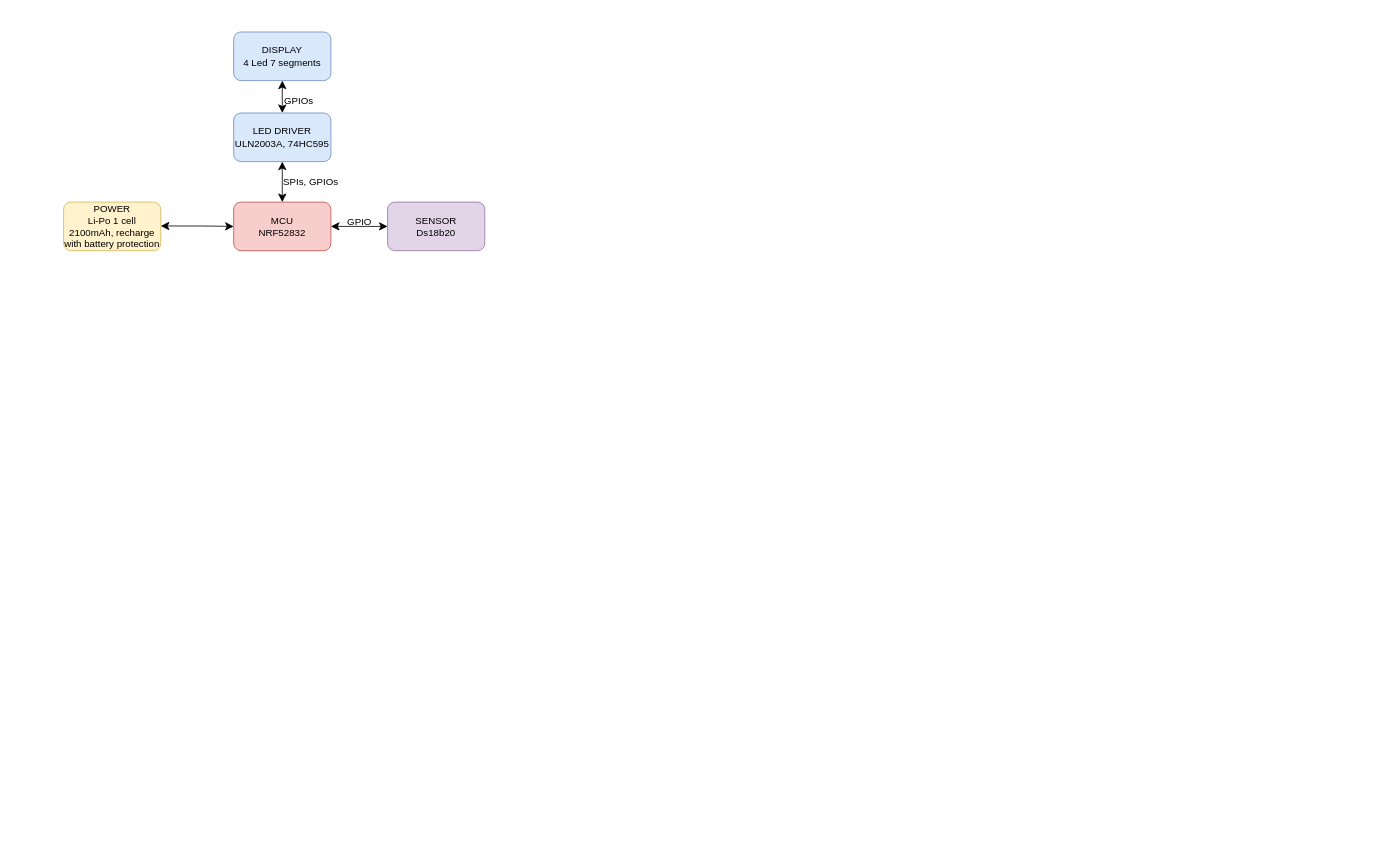
Earlier version of the draw.io diagram REFERENCE/WSN_Node.drawio (Kyuubi0323/Wireless_Sensor_Network_20231). Source tidied: cells renumbered, new cells numbered last; positions are measured from the earlier drawing's top-left corner, leaving out a move shared by most shapes. Both pictures are drawn from the tidied source at 81%, with x=0, y=0 at pixel (63, 32).
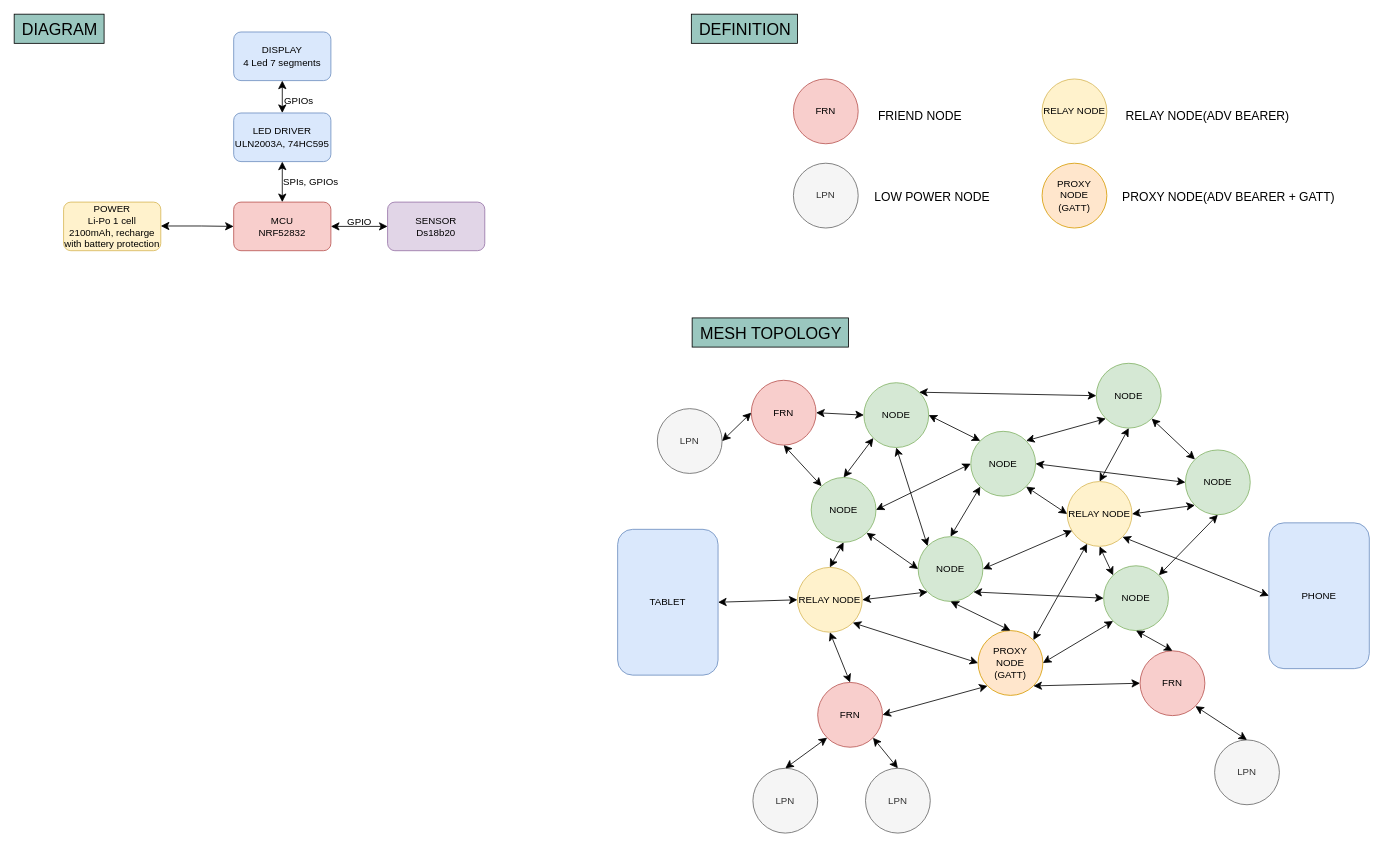
After the change.

Change to the diagram source:
```diff
@@
+    <mxCell id="14" value="NODE" style="ellipse;whiteSpace=wrap;html=1;fillColor=#d5e8d4;strokeColor=#82b366;" parent="1" vertex="1">
+      <mxGeometry x="988" y="433" width="80" height="80" as="geometry" />
+    </mxCell>
+    <mxCell id="15" value="LPN" style="ellipse;whiteSpace=wrap;html=1;fillColor=#f5f5f5;fontColor=#333333;strokeColor=#666666;" parent="1" vertex="1">
+      <mxGeometry x="1421" y="874" width="80" height="80" as="geometry" />
+    </mxCell>
+    <mxCell id="16" value="FRN" style="ellipse;whiteSpace=wrap;html=1;fillColor=#f8cecc;strokeColor=#b85450;" parent="1" vertex="1">
+      <mxGeometry x="1329" y="764" width="80" height="80" as="geometry" />
+    </mxCell>
+    <mxCell id="17" value="RELAY NODE" style="ellipse;whiteSpace=wrap;html=1;fillColor=#fff2cc;strokeColor=#d6b656;" parent="1" vertex="1">
+      <mxGeometry x="906" y="661" width="80" height="80" as="geometry" />
+    </mxCell>
+    <mxCell id="18" value="FRN" style="ellipse;whiteSpace=wrap;html=1;fillColor=#f8cecc;strokeColor=#b85450;" parent="1" vertex="1">
+      <mxGeometry x="849" y="430" width="80" height="80" as="geometry" />
+    </mxCell>
+    <mxCell id="19" value="LPN" style="ellipse;whiteSpace=wrap;html=1;fillColor=#f5f5f5;fontColor=#333333;strokeColor=#666666;" parent="1" vertex="1">
+      <mxGeometry x="733" y="465" width="80" height="80" as="geometry" />
+    </mxCell>
+    <mxCell id="20" value="RELAY NODE" style="ellipse;whiteSpace=wrap;html=1;fillColor=#fff2cc;strokeColor=#d6b656;" parent="1" vertex="1">
+      <mxGeometry x="1239" y="555" width="80" height="80" as="geometry" />
+    </mxCell>
+    <mxCell id="21" value="NODE" style="ellipse;whiteSpace=wrap;html=1;fillColor=#d5e8d4;strokeColor=#82b366;" parent="1" vertex="1">
+      <mxGeometry x="1055" y="623" width="80" height="80" as="geometry" />
+    </mxCell>
+    <mxCell id="22" value="NODE" style="ellipse;whiteSpace=wrap;html=1;fillColor=#d5e8d4;strokeColor=#82b366;" parent="1" vertex="1">
+      <mxGeometry x="1120" y="493" width="80" height="80" as="geometry" />
+    </mxCell>
+    <mxCell id="23" value="NODE" style="ellipse;whiteSpace=wrap;html=1;fillColor=#d5e8d4;strokeColor=#82b366;" parent="1" vertex="1">
+      <mxGeometry x="923" y="550" width="80" height="80" as="geometry" />
+    </mxCell>
+    <mxCell id="24" value="LPN" style="ellipse;whiteSpace=wrap;html=1;fillColor=#f5f5f5;fontColor=#333333;strokeColor=#666666;" parent="1" vertex="1">
+      <mxGeometry x="990" y="909" width="80" height="80" as="geometry" />
+    </mxCell>
+    <mxCell id="25" value="LPN" style="ellipse;whiteSpace=wrap;html=1;fillColor=#f5f5f5;fontColor=#333333;strokeColor=#666666;" parent="1" vertex="1">
+      <mxGeometry x="851" y="909" width="80" height="80" as="geometry" />
+    </mxCell>
+    <mxCell id="26" value="PROXY NODE&lt;br&gt;(GATT)" style="ellipse;whiteSpace=wrap;html=1;fillColor=#ffe6cc;strokeColor=#d79b00;" parent="1" vertex="1">
+      <mxGeometry x="1129" y="739" width="80" height="80" as="geometry" />
+    </mxCell>
+    <mxCell id="27" value="FRN" style="ellipse;whiteSpace=wrap;html=1;fillColor=#f8cecc;strokeColor=#b85450;" parent="1" vertex="1">
+      <mxGeometry x="931" y="803" width="80" height="80" as="geometry" />
+    </mxCell>
+    <mxCell id="28" value="PHONE" style="whiteSpace=wrap;html=1;fillColor=#dae8fc;strokeColor=#6c8ebf;rounded=1;" parent="1" vertex="1">
+      <mxGeometry x="1488" y="606" width="124" height="180" as="geometry" />
+    </mxCell>
+    <mxCell id="29" value="TABLET" style="whiteSpace=wrap;html=1;fillColor=#dae8fc;strokeColor=#6c8ebf;rounded=1;" parent="1" vertex="1">
+      <mxGeometry x="684" y="614" width="124" height="180" as="geometry" />
+    </mxCell>
+    <mxCell id="30" style="edgeStyle=none;jettySize=auto;html=1;endArrow=classic;startArrow=classic;endSize=8;startSize=8;rounded=0;exitX=0;exitY=0.5;exitDx=0;exitDy=0;entryX=1;entryY=0.5;entryDx=0;entryDy=0;" parent="1" edge="1" source="18" target="19">
+      <mxGeometry relative="1" as="geometry" />
+    </mxCell>
+    <mxCell id="31" style="edgeStyle=none;jettySize=auto;html=1;endArrow=classic;startArrow=classic;endSize=8;startSize=8;rounded=0;exitX=1;exitY=1;exitDx=0;exitDy=0;entryX=0.5;entryY=0;entryDx=0;entryDy=0;" parent="1" edge="1" source="16" target="15">
+      <mxGeometry relative="1" as="geometry" />
+    </mxCell>
+    <mxCell id="32" style="edgeStyle=none;jettySize=auto;html=1;endArrow=classic;startArrow=classic;endSize=8;startSize=8;rounded=0;exitX=1;exitY=1;exitDx=0;exitDy=0;entryX=0.5;entryY=0;entryDx=0;entryDy=0;" parent="1" edge="1" source="27" target="24">
+      <mxGeometry relative="1" as="geometry" />
+    </mxCell>
+    <mxCell id="33" style="edgeStyle=none;jettySize=auto;html=1;endArrow=classic;startArrow=classic;endSize=8;startSize=8;rounded=0;entryX=0;entryY=1;entryDx=0;entryDy=0;exitX=0.5;exitY=0;exitDx=0;exitDy=0;" parent="1" edge="1" source="25" target="27">
+      <mxGeometry relative="1" as="geometry" />
+    </mxCell>
+    <mxCell id="34" value="NODE" style="ellipse;whiteSpace=wrap;html=1;fillColor=#d5e8d4;strokeColor=#82b366;" parent="1" vertex="1">
+      <mxGeometry x="1275" y="409" width="80" height="80" as="geometry" />
+    </mxCell>
+    <mxCell id="35" value="NODE" style="ellipse;whiteSpace=wrap;html=1;fillColor=#d5e8d4;strokeColor=#82b366;" parent="1" vertex="1">
+      <mxGeometry x="1385" y="516" width="80" height="80" as="geometry" />
+    </mxCell>
+    <mxCell id="36" value="NODE" style="ellipse;whiteSpace=wrap;html=1;fillColor=#d5e8d4;strokeColor=#82b366;" parent="1" vertex="1">
+      <mxGeometry x="1284" y="659" width="80" height="80" as="geometry" />
+    </mxCell>
+    <mxCell id="37" style="edgeStyle=none;jettySize=auto;html=1;endArrow=classic;startArrow=classic;endSize=8;startSize=8;rounded=0;exitX=0.5;exitY=0;exitDx=0;exitDy=0;entryX=0;entryY=1;entryDx=0;entryDy=0;" parent="1" edge="1" source="21" target="22">
+      <mxGeometry relative="1" as="geometry" />
+    </mxCell>
+    <mxCell id="38" style="edgeStyle=none;jettySize=auto;html=1;endArrow=classic;startArrow=classic;endSize=8;startSize=8;rounded=0;exitX=1;exitY=1;exitDx=0;exitDy=0;entryX=0;entryY=0.5;entryDx=0;entryDy=0;" parent="1" edge="1" source="23" target="21">
+      <mxGeometry relative="1" as="geometry" />
+    </mxCell>
+    <mxCell id="39" style="edgeStyle=none;jettySize=auto;html=1;endArrow=classic;startArrow=classic;endSize=8;startSize=8;rounded=0;entryX=0;entryY=1;entryDx=0;entryDy=0;exitX=0.5;exitY=0;exitDx=0;exitDy=0;" parent="1" edge="1" source="23" target="14">
+      <mxGeometry relative="1" as="geometry" />
+    </mxCell>
+    <mxCell id="40" style="edgeStyle=none;jettySize=auto;html=1;endArrow=classic;startArrow=classic;endSize=8;startSize=8;rounded=0;entryX=0;entryY=0;entryDx=0;entryDy=0;exitX=1;exitY=0.5;exitDx=0;exitDy=0;" parent="1" edge="1" source="14" target="22">
+      <mxGeometry relative="1" as="geometry" />
+    </mxCell>
+    <mxCell id="41" style="edgeStyle=none;jettySize=auto;html=1;endArrow=classic;startArrow=classic;endSize=8;startSize=8;rounded=0;entryX=0;entryY=0.5;entryDx=0;entryDy=0;exitX=1;exitY=0;exitDx=0;exitDy=0;" parent="1" edge="1" source="14" target="34">
+      <mxGeometry relative="1" as="geometry" />
+    </mxCell>
+    <mxCell id="42" style="edgeStyle=none;jettySize=auto;html=1;endArrow=classic;startArrow=classic;endSize=8;startSize=8;rounded=0;entryX=0;entryY=1;entryDx=0;entryDy=0;exitX=1;exitY=0;exitDx=0;exitDy=0;" parent="1" edge="1" source="22" target="34">
+      <mxGeometry relative="1" as="geometry" />
+    </mxCell>
+    <mxCell id="43" style="edgeStyle=none;jettySize=auto;html=1;endArrow=classic;startArrow=classic;endSize=8;startSize=8;rounded=0;entryX=0;entryY=0.5;entryDx=0;entryDy=0;exitX=1;exitY=1;exitDx=0;exitDy=0;" parent="1" edge="1" source="22" target="20">
+      <mxGeometry relative="1" as="geometry" />
+    </mxCell>
+    <mxCell id="44" style="edgeStyle=none;jettySize=auto;html=1;endArrow=classic;startArrow=classic;endSize=8;startSize=8;rounded=0;entryX=0;entryY=0.5;entryDx=0;entryDy=0;exitX=1;exitY=0.5;exitDx=0;exitDy=0;" parent="1" edge="1" source="22" target="35">
+      <mxGeometry relative="1" as="geometry" />
+    </mxCell>
+    <mxCell id="45" style="edgeStyle=none;jettySize=auto;html=1;endArrow=classic;startArrow=classic;endSize=8;startSize=8;rounded=0;entryX=0.077;entryY=0.756;entryDx=0;entryDy=0;exitX=1;exitY=0.5;exitDx=0;exitDy=0;entryPerimeter=0;" parent="1" edge="1" source="21" target="20">
+      <mxGeometry relative="1" as="geometry" />
+    </mxCell>
+    <mxCell id="46" style="edgeStyle=none;jettySize=auto;html=1;endArrow=classic;startArrow=classic;endSize=8;startSize=8;rounded=0;exitX=1;exitY=1;exitDx=0;exitDy=0;entryX=0;entryY=0;entryDx=0;entryDy=0;" parent="1" edge="1" source="34" target="35">
+      <mxGeometry relative="1" as="geometry" />
+    </mxCell>
+    <mxCell id="47" style="edgeStyle=none;jettySize=auto;html=1;endArrow=classic;startArrow=classic;endSize=8;startSize=8;rounded=0;exitX=1;exitY=0.5;exitDx=0;exitDy=0;entryX=0;entryY=1;entryDx=0;entryDy=0;" parent="1" edge="1" source="20" target="35">
+      <mxGeometry relative="1" as="geometry" />
+    </mxCell>
+    <mxCell id="48" style="edgeStyle=none;jettySize=auto;html=1;endArrow=classic;startArrow=classic;endSize=8;startSize=8;rounded=0;exitX=1;exitY=0;exitDx=0;exitDy=0;entryX=0.5;entryY=1;entryDx=0;entryDy=0;" parent="1" edge="1" source="36" target="35">
+      <mxGeometry relative="1" as="geometry" />
+    </mxCell>
+    <mxCell id="49" style="edgeStyle=none;jettySize=auto;html=1;endArrow=classic;startArrow=classic;endSize=8;startSize=8;rounded=0;exitX=1;exitY=1;exitDx=0;exitDy=0;entryX=0;entryY=0.5;entryDx=0;entryDy=0;" parent="1" edge="1" source="21" target="36">
+      <mxGeometry relative="1" as="geometry" />
+    </mxCell>
+    <mxCell id="50" style="edgeStyle=none;jettySize=auto;html=1;endArrow=classic;startArrow=classic;endSize=8;startSize=8;rounded=0;exitX=0;exitY=0;exitDx=0;exitDy=0;entryX=0.5;entryY=1;entryDx=0;entryDy=0;" parent="1" edge="1" source="36" target="20">
+      <mxGeometry relative="1" as="geometry" />
+    </mxCell>
+    <mxCell id="51" style="edgeStyle=none;jettySize=auto;html=1;endArrow=classic;startArrow=classic;endSize=8;startSize=8;rounded=0;exitX=1;exitY=0.5;exitDx=0;exitDy=0;entryX=0;entryY=1;entryDx=0;entryDy=0;" parent="1" edge="1" source="17" target="21">
+      <mxGeometry relative="1" as="geometry" />
+    </mxCell>
+    <mxCell id="52" style="edgeStyle=none;jettySize=auto;html=1;endArrow=classic;startArrow=classic;endSize=8;startSize=8;rounded=0;exitX=0.5;exitY=0;exitDx=0;exitDy=0;entryX=0.5;entryY=1;entryDx=0;entryDy=0;" parent="1" edge="1" source="17" target="23">
+      <mxGeometry relative="1" as="geometry" />
+    </mxCell>
+    <mxCell id="53" style="edgeStyle=none;jettySize=auto;html=1;endArrow=classic;startArrow=classic;endSize=8;startSize=8;rounded=0;exitX=0.5;exitY=1;exitDx=0;exitDy=0;entryX=0.5;entryY=0;entryDx=0;entryDy=0;" parent="1" edge="1" source="17" target="27">
+      <mxGeometry relative="1" as="geometry" />
+    </mxCell>
+    <mxCell id="54" style="edgeStyle=none;jettySize=auto;html=1;endArrow=classic;startArrow=classic;endSize=8;startSize=8;rounded=0;exitX=0.5;exitY=0;exitDx=0;exitDy=0;entryX=0.5;entryY=1;entryDx=0;entryDy=0;" parent="1" edge="1" source="26" target="21">
+      <mxGeometry relative="1" as="geometry" />
+    </mxCell>
+    <mxCell id="55" style="edgeStyle=none;jettySize=auto;html=1;endArrow=classic;startArrow=classic;endSize=8;startSize=8;rounded=0;exitX=1;exitY=1;exitDx=0;exitDy=0;entryX=0;entryY=0.5;entryDx=0;entryDy=0;" parent="1" edge="1" source="17" target="26">
+      <mxGeometry relative="1" as="geometry" />
+    </mxCell>
+    <mxCell id="56" style="edgeStyle=none;jettySize=auto;html=1;endArrow=classic;startArrow=classic;endSize=8;startSize=8;rounded=0;exitX=1;exitY=0.5;exitDx=0;exitDy=0;entryX=0;entryY=1;entryDx=0;entryDy=0;" parent="1" edge="1" source="26" target="36">
+      <mxGeometry relative="1" as="geometry" />
+    </mxCell>
+    <mxCell id="57" style="edgeStyle=none;jettySize=auto;html=1;endArrow=classic;startArrow=classic;endSize=8;startSize=8;rounded=0;exitX=1;exitY=1;exitDx=0;exitDy=0;entryX=0;entryY=0.5;entryDx=0;entryDy=0;" parent="1" edge="1" source="26" target="16">
+      <mxGeometry relative="1" as="geometry" />
+    </mxCell>
+    <mxCell id="58" style="edgeStyle=none;jettySize=auto;html=1;endArrow=classic;startArrow=classic;endSize=8;startSize=8;rounded=0;exitX=0.5;exitY=1;exitDx=0;exitDy=0;entryX=0.5;entryY=0;entryDx=0;entryDy=0;" parent="1" edge="1" source="36" target="16">
+      <mxGeometry relative="1" as="geometry" />
+    </mxCell>
+    <mxCell id="59" style="edgeStyle=none;jettySize=auto;html=1;endArrow=classic;startArrow=classic;endSize=8;startSize=8;rounded=0;exitX=1;exitY=0.5;exitDx=0;exitDy=0;entryX=0;entryY=1;entryDx=0;entryDy=0;" parent="1" edge="1" source="27" target="26">
+      <mxGeometry relative="1" as="geometry" />
+    </mxCell>
+    <mxCell id="60" style="edgeStyle=none;jettySize=auto;html=1;endArrow=classic;startArrow=classic;endSize=8;startSize=8;rounded=0;entryX=0;entryY=0.5;entryDx=0;entryDy=0;exitX=1;exitY=0.5;exitDx=0;exitDy=0;" parent="1" edge="1" source="18" target="14">
+      <mxGeometry relative="1" as="geometry" />
+    </mxCell>
+    <mxCell id="61" style="edgeStyle=none;jettySize=auto;html=1;endArrow=classic;startArrow=classic;endSize=8;startSize=8;rounded=0;exitX=0.5;exitY=1;exitDx=0;exitDy=0;" parent="1" edge="1" source="18" target="23">
+      <mxGeometry relative="1" as="geometry" />
+    </mxCell>
+    <mxCell id="62" style="edgeStyle=none;jettySize=auto;html=1;endArrow=classic;startArrow=classic;endSize=8;startSize=8;rounded=0;exitX=1;exitY=0.5;exitDx=0;exitDy=0;entryX=0;entryY=0.5;entryDx=0;entryDy=0;" parent="1" edge="1" source="23" target="22">
+      <mxGeometry relative="1" as="geometry" />
+    </mxCell>
+    <mxCell id="63" style="edgeStyle=none;jettySize=auto;html=1;endArrow=classic;startArrow=classic;endSize=8;startSize=8;rounded=0;exitX=0.5;exitY=1;exitDx=0;exitDy=0;entryX=0;entryY=0;entryDx=0;entryDy=0;" parent="1" edge="1" source="14" target="21">
+      <mxGeometry relative="1" as="geometry" />
+    </mxCell>
+    <mxCell id="64" style="edgeStyle=none;jettySize=auto;html=1;endArrow=classic;startArrow=classic;endSize=8;startSize=8;rounded=0;exitX=0.5;exitY=1;exitDx=0;exitDy=0;entryX=0.5;entryY=0;entryDx=0;entryDy=0;" parent="1" edge="1" source="34" target="20">
+      <mxGeometry relative="1" as="geometry" />
+    </mxCell>
+    <mxCell id="65" style="edgeStyle=none;jettySize=auto;html=1;endArrow=classic;startArrow=classic;endSize=8;startSize=8;rounded=0;exitX=0.308;exitY=0.96;exitDx=0;exitDy=0;exitPerimeter=0;entryX=1;entryY=0;entryDx=0;entryDy=0;" parent="1" edge="1" source="20" target="26">
+      <mxGeometry relative="1" as="geometry" />
+    </mxCell>
+    <mxCell id="66" style="edgeStyle=none;jettySize=auto;html=1;endArrow=classic;startArrow=classic;endSize=8;startSize=8;rounded=0;entryX=0;entryY=0.5;entryDx=0;entryDy=0;exitX=1;exitY=0.5;exitDx=0;exitDy=0;" parent="1" edge="1" source="29" target="17">
+      <mxGeometry relative="1" as="geometry" />
+    </mxCell>
+    <mxCell id="67" style="edgeStyle=none;jettySize=auto;html=1;endArrow=classic;startArrow=classic;endSize=8;startSize=8;rounded=0;exitX=1;exitY=1;exitDx=0;exitDy=0;entryX=0;entryY=0.5;entryDx=0;entryDy=0;" parent="1" edge="1" source="20" target="28">
+      <mxGeometry relative="1" as="geometry" />
+    </mxCell>
+    <mxCell id="68" value="FRN" style="ellipse;whiteSpace=wrap;html=1;fillColor=#f8cecc;strokeColor=#b85450;" parent="1" vertex="1">
+      <mxGeometry x="901" y="58" width="80" height="80" as="geometry" />
+    </mxCell>
+    <mxCell id="69" value="FRIEND NODE" style="text;html=1;align=center;verticalAlign=middle;strokeColor=none;fillColor=none;fontSize=15;" parent="1" vertex="1">
+      <mxGeometry x="996" y="88" width="121" height="30" as="geometry" />
+    </mxCell>
+    <mxCell id="70" value="LPN" style="ellipse;whiteSpace=wrap;html=1;fillColor=#f5f5f5;fontColor=#333333;strokeColor=#666666;" parent="1" vertex="1">
+      <mxGeometry x="901" y="162" width="80" height="80" as="geometry" />
+    </mxCell>
+    <mxCell id="71" value="LOW POWER NODE" style="text;html=1;align=center;verticalAlign=middle;strokeColor=none;fillColor=none;fontSize=15;" parent="1" vertex="1">
+      <mxGeometry x="991" y="188" width="161" height="30" as="geometry" />
+    </mxCell>
+    <mxCell id="72" value="RELAY NODE" style="ellipse;whiteSpace=wrap;html=1;fillColor=#fff2cc;strokeColor=#d6b656;" parent="1" vertex="1">
+      <mxGeometry x="1208" y="58" width="80" height="80" as="geometry" />
+    </mxCell>
+    <mxCell id="73" value="RELAY NODE(ADV BEARER)" style="text;html=1;align=center;verticalAlign=middle;strokeColor=none;fillColor=none;fontSize=15;" parent="1" vertex="1">
+      <mxGeometry x="1302" y="88" width="220" height="30" as="geometry" />
+    </mxCell>
+    <mxCell id="74" value="PROXY NODE&lt;br&gt;(GATT)" style="ellipse;whiteSpace=wrap;html=1;fillColor=#ffe6cc;strokeColor=#d79b00;" parent="1" vertex="1">
+      <mxGeometry x="1208" y="162" width="80" height="80" as="geometry" />
+    </mxCell>
+    <mxCell id="75" value="PROXY NODE(ADV BEARER + GATT)" style="text;html=1;align=center;verticalAlign=middle;strokeColor=none;fillColor=none;fontSize=15;" parent="1" vertex="1">
+      <mxGeometry x="1298" y="188" width="280" height="30" as="geometry" />
+    </mxCell>
+    <mxCell id="76" value="MESH TOPOLOGY" style="text;html=1;align=center;verticalAlign=middle;strokeColor=default;fillColor=#9AC7BF;fontSize=20;rounded=0;" parent="1" vertex="1">
+      <mxGeometry x="776" y="353" width="193" height="36" as="geometry" />
+    </mxCell>
+    <mxCell id="77" value="DEFINITION" style="text;html=1;align=center;verticalAlign=middle;strokeColor=default;fillColor=#9AC7BF;fontSize=20;rounded=0;" parent="1" vertex="1">
+      <mxGeometry x="775" y="-22" width="131" height="36" as="geometry" />
+    </mxCell>
+    <mxCell id="78" value="DIAGRAM" style="text;html=1;align=center;verticalAlign=middle;strokeColor=default;fillColor=#9AC7BF;fontSize=20;rounded=0;" parent="1" vertex="1">
+      <mxGeometry x="-61" y="-22" width="111" height="36" as="geometry" />
+    </mxCell>
```
